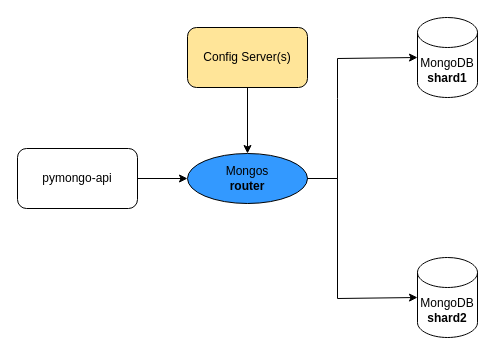
Above: task1_1.drawio in kihana/architecture-sprint-2 (draw.io), before the change. Source tidied: cells renumbered, new cells numbered last; positions are measured from the earlier drawing's top-left corner, leaving out a move shared by most shapes. Both pictures are drawn from the tidied source at 100%, with x=0, y=0 at pixel (17, 17).
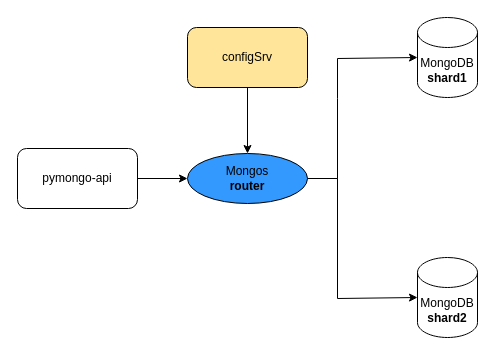
Above is the later version.

What changed in the source:
```diff
@@
 <mxGraphModel>
   <root>
     <mxCell id="0" />
     <mxCell id="1" parent="0" />
     <mxCell id="2" value="&lt;div&gt;MongoDB&lt;/div&gt;&lt;div&gt;&lt;b&gt;shard1&lt;/b&gt;&lt;br&gt;&lt;/div&gt;" style="shape=cylinder3;whiteSpace=wrap;html=1;boundedLbl=1;backgroundOutline=1;size=15;" parent="1" vertex="1">
       <mxGeometry x="400" width="60" height="80" as="geometry" />
     </mxCell>
     <mxCell id="3" value="pymongo-api" style="rounded=1;whiteSpace=wrap;html=1;" parent="1" vertex="1">
       <mxGeometry y="131" width="120" height="60" as="geometry" />
     </mxCell>
     <mxCell id="4" style="edgeStyle=orthogonalEdgeStyle;rounded=0;jettySize=auto;html=1;exitX=1;exitY=0.5;exitDx=0;exitDy=0;entryX=0;entryY=0.5;entryDx=0;entryDy=0;" parent="1" edge="1" source="3" target="6">
       <mxGeometry relative="1" as="geometry" />
     </mxCell>
     <mxCell id="5" value="&lt;div&gt;MongoDB&lt;/div&gt;&lt;div&gt;&lt;b&gt;shard2&lt;/b&gt;&lt;br&gt;&lt;/div&gt;" style="shape=cylinder3;whiteSpace=wrap;html=1;boundedLbl=1;backgroundOutline=1;size=15;" parent="1" vertex="1">
       <mxGeometry x="400" y="240" width="60" height="80" as="geometry" />
     </mxCell>
     <mxCell id="6" value="&lt;div&gt;Mongos&lt;/div&gt;&lt;div&gt;&lt;b&gt;router&lt;/b&gt;&lt;br&gt;&lt;/div&gt;" style="ellipse;whiteSpace=wrap;html=1;fillColor=#3399FF;" parent="1" vertex="1">
       <mxGeometry x="170" y="136" width="120" height="50" as="geometry" />
     </mxCell>
     <mxCell id="7" style="endArrow=classic;html=1;rounded=0;exitX=1;exitY=0.5;exitDx=0;exitDy=0;entryX=0;entryY=0.5;entryDx=0;entryDy=0;entryPerimeter=0;" parent="1" edge="1" source="6" target="2">
       <mxGeometry relative="1" as="geometry">
         <Array as="points">
           <mxPoint x="320" y="161" />
           <mxPoint x="320" y="81" />
           <mxPoint x="320" y="41" />
         </Array>
       </mxGeometry>
     </mxCell>
     <mxCell id="8" style="endArrow=classic;html=1;rounded=0;entryX=0;entryY=0.5;entryDx=0;entryDy=0;entryPerimeter=0;exitX=1;exitY=0.5;exitDx=0;exitDy=0;" parent="1" edge="1" source="6" target="5">
       <mxGeometry relative="1" as="geometry">
         <Array as="points">
           <mxPoint x="320" y="161" />
           <mxPoint x="320" y="281" />
         </Array>
       </mxGeometry>
     </mxCell>
-    <mxCell id="9" value="Config Server(s)" style="rounded=1;whiteSpace=wrap;html=1;fillColor=#FFE599;" parent="1" vertex="1">
+    <mxCell id="9" value="configSrv" style="rounded=1;whiteSpace=wrap;html=1;fillColor=#FFE599;" parent="1" vertex="1">
       <mxGeometry x="170" y="10" width="120" height="60" as="geometry" />
     </mxCell>
     <mxCell id="10" style="endArrow=classic;html=1;rounded=0;exitX=0.5;exitY=1;exitDx=0;exitDy=0;entryX=0.5;entryY=0;entryDx=0;entryDy=0;" parent="1" edge="1" source="9" target="6">
       <mxGeometry relative="1" as="geometry" />
     </mxCell>
   </root>
 </mxGraphModel>
```
